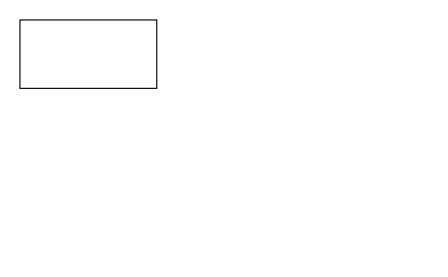
Riviera77/ClubMoto keeps this draw.io diagram as test.drawio. Above is the earlier version. Source tidied: cells renumbered, new cells numbered last; positions are measured from the earlier drawing's top-left corner, leaving out a move shared by most shapes. Both pictures are drawn from the tidied source at 114%, with x=0, y=0 at pixel (19, 19).
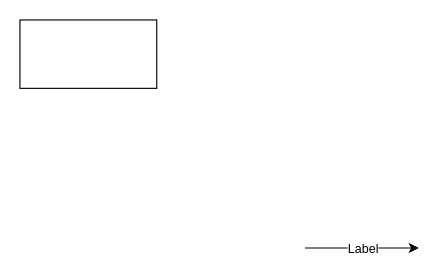
The same page after the edit.

Diff of the diagram source:
```diff
@@
 <mxGraphModel>
   <root>
     <mxCell id="0" />
     <mxCell id="1" parent="0" />
     <mxCell id="2" style="rounded=0;whiteSpace=wrap;html=1;" parent="1" vertex="1">
       <mxGeometry width="120" height="60" as="geometry" />
     </mxCell>
+    <mxCell id="3" style="endArrow=classic;html=1;" parent="1" edge="1">
+      <mxGeometry relative="1" as="geometry">
+        <mxPoint x="250" y="200" as="sourcePoint" />
+        <mxPoint x="350" y="200" as="targetPoint" />
+      </mxGeometry>
+    </mxCell>
+    <mxCell id="4" value="Label" style="edgeLabel;html=1;align=center;verticalAlign=middle;" parent="3" vertex="1">
+      <mxGeometry relative="1" as="geometry" />
+    </mxCell>
   </root>
 </mxGraphModel>
```
